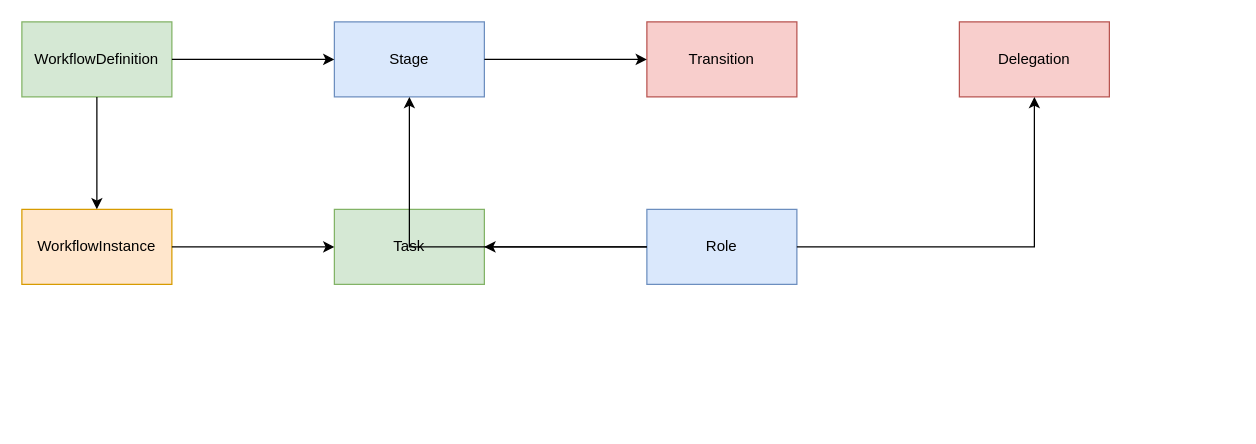
This is WorkflowERD.drawio.xml from milindsaraswala/Temp, a draw.io file, before an edit. Source tidied: cells renumbered, new cells numbered last; positions are measured from the earlier drawing's top-left corner, leaving out a move shared by most shapes. Both pictures are drawn from the tidied source at 125%, with x=0, y=0 at pixel (21, 21).
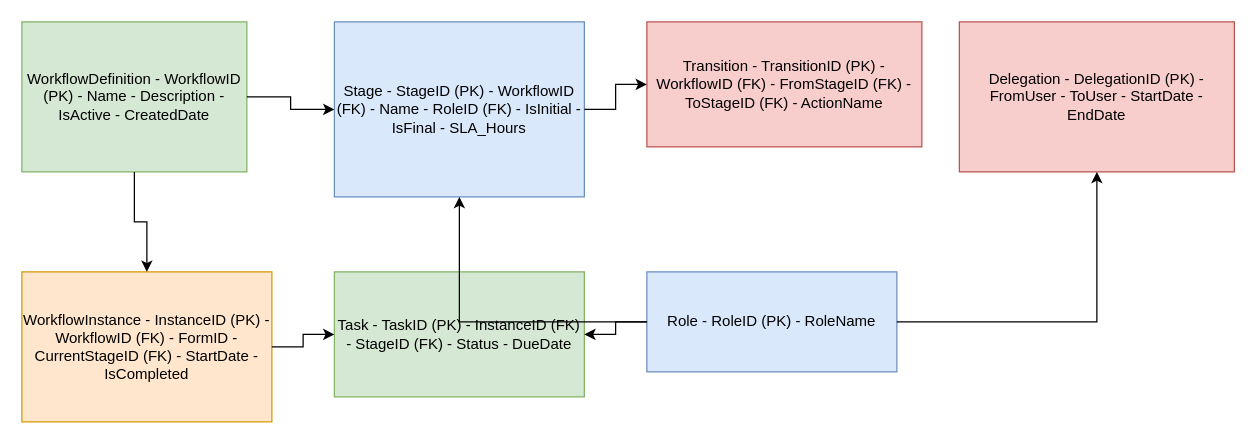
After the change.

What changed in the source:
```diff
@@
 <mxGraphModel>
   <root>
     <mxCell id="0" />
     <mxCell id="1" parent="0" />
-    <mxCell id="2" value="WorkflowDefinition" style="shape=rectangle;whiteSpace=wrap;html=1;fillColor=#d5e8d4;strokeColor=#82b366;" parent="1" vertex="1">
-      <mxGeometry width="120" height="60" as="geometry" />
+    <mxCell id="2" value="WorkflowDefinition - WorkflowID (PK) - Name - Description - IsActive - CreatedDate" style="shape=rectangle;whiteSpace=wrap;html=1;fillColor=#d5e8d4;strokeColor=#82b366;" parent="1" vertex="1">
+      <mxGeometry width="180" height="120" as="geometry" />
     </mxCell>
-    <mxCell id="3" value="Stage" style="shape=rectangle;whiteSpace=wrap;html=1;fillColor=#dae8fc;strokeColor=#6c8ebf;" parent="1" vertex="1">
-      <mxGeometry x="250" width="120" height="60" as="geometry" />
+    <mxCell id="3" value="Stage - StageID (PK) - WorkflowID (FK) - Name - RoleID (FK) - IsInitial - IsFinal - SLA_Hours" style="shape=rectangle;whiteSpace=wrap;html=1;fillColor=#dae8fc;strokeColor=#6c8ebf;" parent="1" vertex="1">
+      <mxGeometry x="250" width="200" height="140" as="geometry" />
     </mxCell>
-    <mxCell id="4" value="Transition" style="shape=rectangle;whiteSpace=wrap;html=1;fillColor=#f8cecc;strokeColor=#b85450;" parent="1" vertex="1">
-      <mxGeometry x="500" width="120" height="60" as="geometry" />
+    <mxCell id="4" value="Transition - TransitionID (PK) - WorkflowID (FK) - FromStageID (FK) - ToStageID (FK) - ActionName" style="shape=rectangle;whiteSpace=wrap;html=1;fillColor=#f8cecc;strokeColor=#b85450;" parent="1" vertex="1">
+      <mxGeometry x="500" width="220" height="100" as="geometry" />
     </mxCell>
-    <mxCell id="5" value="WorkflowInstance" style="shape=rectangle;whiteSpace=wrap;html=1;fillColor=#ffe6cc;strokeColor=#d79b00;" parent="1" vertex="1">
-      <mxGeometry y="150" width="120" height="60" as="geometry" />
+    <mxCell id="5" value="WorkflowInstance - InstanceID (PK) - WorkflowID (FK) - FormID - CurrentStageID (FK) - StartDate - IsCompleted" style="shape=rectangle;whiteSpace=wrap;html=1;fillColor=#ffe6cc;strokeColor=#d79b00;" parent="1" vertex="1">
+      <mxGeometry y="200" width="200" height="120" as="geometry" />
     </mxCell>
-    <mxCell id="6" value="Task" style="shape=rectangle;whiteSpace=wrap;html=1;fillColor=#d5e8d4;strokeColor=#82b366;" parent="1" vertex="1">
-      <mxGeometry x="250" y="150" width="120" height="60" as="geometry" />
+    <mxCell id="6" value="Task - TaskID (PK) - InstanceID (FK) - StageID (FK) - Status - DueDate" style="shape=rectangle;whiteSpace=wrap;html=1;fillColor=#d5e8d4;strokeColor=#82b366;" parent="1" vertex="1">
+      <mxGeometry x="250" y="200" width="200" height="100" as="geometry" />
     </mxCell>
-    <mxCell id="7" value="Role" style="shape=rectangle;whiteSpace=wrap;html=1;fillColor=#dae8fc;strokeColor=#6c8ebf;" parent="1" vertex="1">
-      <mxGeometry x="500" y="150" width="120" height="60" as="geometry" />
+    <mxCell id="7" value="Role - RoleID (PK) - RoleName" style="shape=rectangle;whiteSpace=wrap;html=1;fillColor=#dae8fc;strokeColor=#6c8ebf;" parent="1" vertex="1">
+      <mxGeometry x="500" y="200" width="200" height="80" as="geometry" />
     </mxCell>
-    <mxCell id="8" value="Delegation" style="shape=rectangle;whiteSpace=wrap;html=1;fillColor=#f8cecc;strokeColor=#b85450;" parent="1" vertex="1">
-      <mxGeometry x="750" width="120" height="60" as="geometry" />
+    <mxCell id="8" value="Delegation - DelegationID (PK) - FromUser - ToUser - StartDate - EndDate" style="shape=rectangle;whiteSpace=wrap;html=1;fillColor=#f8cecc;strokeColor=#b85450;" parent="1" vertex="1">
+      <mxGeometry x="750" width="220" height="120" as="geometry" />
     </mxCell>
     <mxCell id="9" style="edgeStyle=orthogonalEdgeStyle;rounded=0;jettySize=auto;html=1;strokeColor=#000000;" parent="1" edge="1" source="2" target="3">
       <mxGeometry relative="1" as="geometry" />
     </mxCell>
     <mxCell id="10" style="edgeStyle=orthogonalEdgeStyle;rounded=0;jettySize=auto;html=1;strokeColor=#000000;" parent="1" edge="1" source="3" target="4">
       <mxGeometry relative="1" as="geometry" />
     </mxCell>
     <mxCell id="11" style="edgeStyle=orthogonalEdgeStyle;rounded=0;jettySize=auto;html=1;strokeColor=#000000;" parent="1" edge="1" source="2" target="5">
       <mxGeometry relative="1" as="geometry" />
     </mxCell>
     <mxCell id="12" style="edgeStyle=orthogonalEdgeStyle;rounded=0;jettySize=auto;html=1;strokeColor=#000000;" parent="1" edge="1" source="5" target="6">
       <mxGeometry relative="1" as="geometry" />
     </mxCell>
     <mxCell id="13" style="edgeStyle=orthogonalEdgeStyle;rounded=0;jettySize=auto;html=1;strokeColor=#000000;" parent="1" edge="1" source="7" target="6">
       <mxGeometry relative="1" as="geometry" />
     </mxCell>
     <mxCell id="14" style="edgeStyle=orthogonalEdgeStyle;rounded=0;jettySize=auto;html=1;strokeColor=#000000;" parent="1" edge="1" source="7" target="3">
       <mxGeometry relative="1" as="geometry" />
     </mxCell>
     <mxCell id="15" style="edgeStyle=orthogonalEdgeStyle;rounded=0;jettySize=auto;html=1;strokeColor=#000000;" parent="1" edge="1" source="7" target="8">
       <mxGeometry relative="1" as="geometry" />
     </mxCell>
   </root>
 </mxGraphModel>
```
